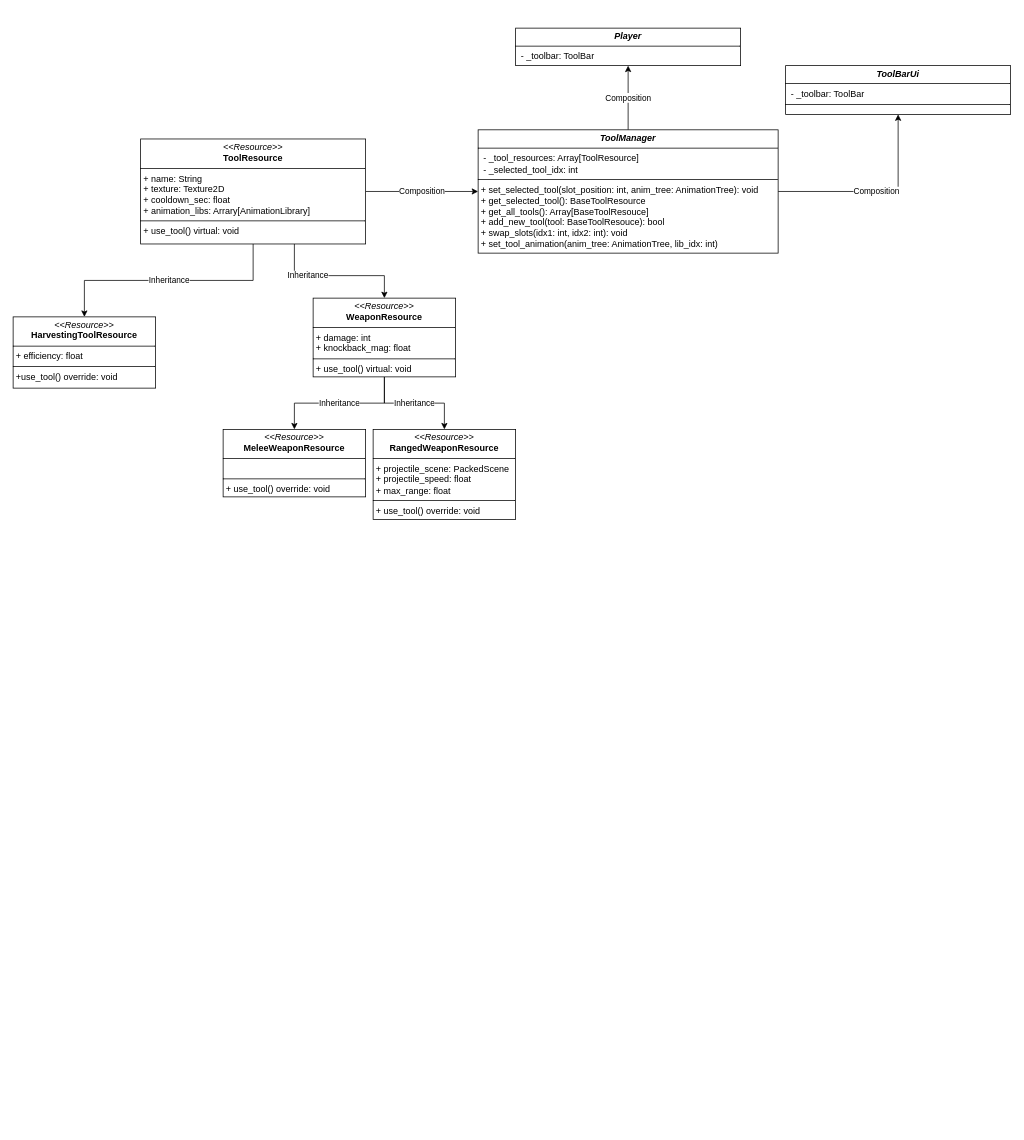
Above: Diagrams/ToolManager.drawio in duncannvan/VanadelFrontier (draw.io), before the change. Source tidied: cells renumbered, new cells numbered last; positions are measured from the earlier drawing's top-left corner, leaving out a move shared by most shapes. Both pictures are drawn from the tidied source at 75%, with x=0, y=0 at pixel (13, 28).
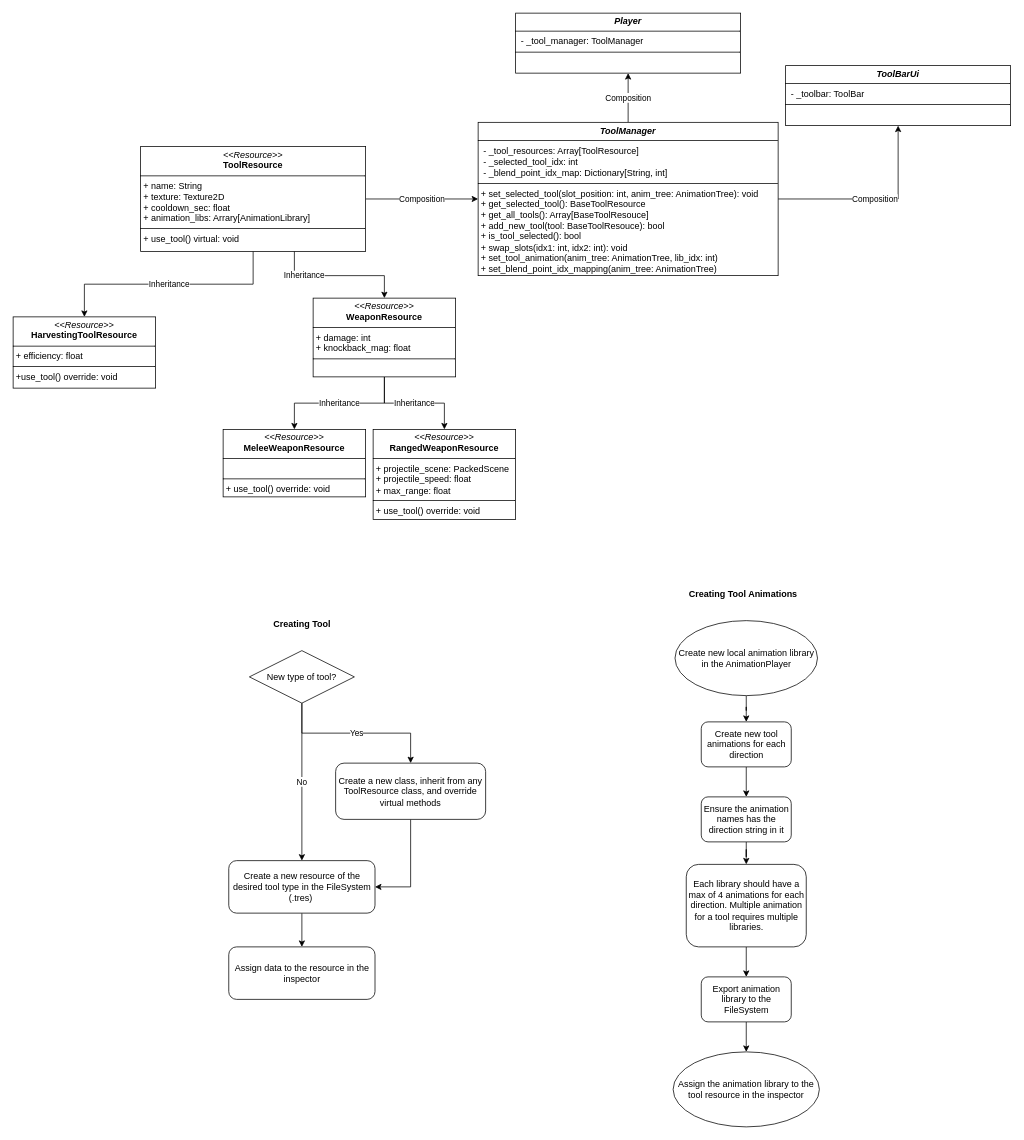
Above is the later version.

Diff of the diagram source:
```diff
@@
-    <mxCell id="2" value="Composition" style="edgeStyle=orthogonalEdgeStyle;rounded=0;jettySize=auto;html=1;" parent="1" edge="1" source="4" target="5">
+    <mxCell id="2" value="Composition" style="edgeStyle=orthogonalEdgeStyle;rounded=0;jettySize=auto;html=1;entryX=0.5;entryY=1;entryDx=0;entryDy=0;" parent="1" edge="1" source="4" target="38">
       <mxGeometry relative="1" as="geometry" />
     </mxCell>
@@
-    <mxCell id="4" value="&lt;p style=&quot;margin:0px;margin-top:4px;text-align:center;&quot;&gt;&lt;i&gt;&lt;b&gt;ToolManager&lt;/b&gt;&lt;/i&gt;&lt;/p&gt;&lt;hr size=&quot;1&quot; style=&quot;border-style:solid;&quot;&gt;&lt;p style=&quot;margin:0px;margin-left:4px;&quot;&gt;&lt;span style=&quot;background-color: transparent; color: light-dark(rgb(0, 0, 0), rgb(255, 255, 255));&quot;&gt;&amp;nbsp;- _tool_resources: Array[ToolResource]&lt;/span&gt;&lt;/p&gt;&lt;p style=&quot;margin:0px;margin-left:4px;&quot;&gt;&lt;span style=&quot;background-color: transparent; color: light-dark(rgb(0, 0, 0), rgb(255, 255, 255));&quot;&gt;&amp;nbsp;- _selected_tool_idx: int&lt;/span&gt;&lt;/p&gt;&lt;hr size=&quot;1&quot; style=&quot;border-style:solid;&quot;&gt;&lt;p style=&quot;margin:0px;margin-left:4px;&quot;&gt;+ set_selected_tool(slot_position: int, anim_tree: AnimationTree): void&lt;/p&gt;&lt;p style=&quot;margin:0px;margin-left:4px;&quot;&gt;+ get_selected_tool(): BaseToolResource&lt;/p&gt;&lt;p style=&quot;margin:0px;margin-left:4px;&quot;&gt;+ get_all_tools(): Array[BaseToolResouce]&lt;/p&gt;&lt;p style=&quot;margin:0px;margin-left:4px;&quot;&gt;+ add_new_tool(tool: BaseToolResouce): bool&lt;/p&gt;&lt;p style=&quot;margin:0px;margin-left:4px;&quot;&gt;+ swap_slots(idx1: int, idx2: int): void&lt;/p&gt;&lt;p style=&quot;margin:0px;margin-left:4px;&quot;&gt;+ set_tool_animation(anim_tree: AnimationTree, lib_idx: int)&lt;/p&gt;" style="verticalAlign=top;align=left;overflow=fill;html=1;whiteSpace=wrap;" parent="1" vertex="1">
-      <mxGeometry x="620" y="135.6" width="400" height="164.4" as="geometry" />
+    <mxCell id="4" value="&lt;p style=&quot;margin:0px;margin-top:4px;text-align:center;&quot;&gt;&lt;i&gt;&lt;b&gt;ToolManager&lt;/b&gt;&lt;/i&gt;&lt;/p&gt;&lt;hr size=&quot;1&quot; style=&quot;border-style:solid;&quot;&gt;&lt;p style=&quot;margin:0px;margin-left:4px;&quot;&gt;&lt;span style=&quot;background-color: transparent; color: light-dark(rgb(0, 0, 0), rgb(255, 255, 255));&quot;&gt;&amp;nbsp;- _tool_resources: Array[ToolResource]&lt;/span&gt;&lt;/p&gt;&lt;p style=&quot;margin:0px;margin-left:4px;&quot;&gt;&lt;span style=&quot;background-color: transparent; color: light-dark(rgb(0, 0, 0), rgb(255, 255, 255));&quot;&gt;&amp;nbsp;- _selected_tool_idx: int&lt;/span&gt;&lt;/p&gt;&lt;p style=&quot;margin:0px;margin-left:4px;&quot;&gt;&amp;nbsp;- _blend_point_idx_map: Dictionary[String, int]&lt;/p&gt;&lt;hr size=&quot;1&quot; style=&quot;border-style:solid;&quot;&gt;&lt;p style=&quot;margin:0px;margin-left:4px;&quot;&gt;+ set_selected_tool(slot_position: int, anim_tree: AnimationTree): void&lt;/p&gt;&lt;p style=&quot;margin:0px;margin-left:4px;&quot;&gt;+ get_selected_tool(): BaseToolResource&lt;/p&gt;&lt;p style=&quot;margin:0px;margin-left:4px;&quot;&gt;+ get_all_tools(): Array[BaseToolResouce]&lt;/p&gt;&lt;p style=&quot;margin:0px;margin-left:4px;&quot;&gt;+ add_new_tool(tool: BaseToolResouce): bool&lt;/p&gt;&lt;p style=&quot;margin:0px;margin-left:4px;&quot;&gt;+&amp;nbsp;is_tool_selected(): bool&lt;/p&gt;&lt;p style=&quot;margin:0px;margin-left:4px;&quot;&gt;+ swap_slots(idx1: int, idx2: int): void&lt;/p&gt;&lt;p style=&quot;margin:0px;margin-left:4px;&quot;&gt;+ set_tool_animation(anim_tree: AnimationTree, lib_idx: int)&lt;/p&gt;&lt;p style=&quot;margin:0px;margin-left:4px;&quot;&gt;+ set_blend_point_idx_mapping(anim_tree: AnimationTree)&lt;/p&gt;" style="verticalAlign=top;align=left;overflow=fill;html=1;whiteSpace=wrap;" parent="1" vertex="1">
+      <mxGeometry x="620" y="125.6" width="400" height="204.4" as="geometry" />
     </mxCell>
-    <mxCell id="5" value="&lt;p style=&quot;margin:0px;margin-top:4px;text-align:center;&quot;&gt;&lt;i&gt;&lt;b&gt;Player&lt;/b&gt;&lt;/i&gt;&lt;/p&gt;&lt;hr size=&quot;1&quot; style=&quot;border-style:solid;&quot;&gt;&lt;p style=&quot;margin:0px;margin-left:4px;&quot;&gt;&amp;nbsp;- _toolbar: ToolBar&lt;/p&gt;" style="verticalAlign=top;align=left;overflow=fill;html=1;whiteSpace=wrap;" parent="1" vertex="1">
-      <mxGeometry x="670" width="300" height="50" as="geometry" />
-    </mxCell>
@@
     <mxCell id="9" value="&lt;p style=&quot;margin:0px;margin-top:4px;text-align:center;&quot;&gt;&lt;i&gt;&amp;lt;&amp;lt;&lt;/i&gt;&lt;i&gt;Resource&lt;/i&gt;&lt;i&gt;&amp;gt;&amp;gt;&lt;/i&gt;&lt;br&gt;&lt;b&gt;ToolResource&lt;/b&gt;&lt;/p&gt;&lt;hr size=&quot;1&quot; style=&quot;border-style:solid;&quot;&gt;&lt;p style=&quot;margin:0px;margin-left:4px;&quot;&gt;&lt;span style=&quot;background-color: transparent; color: light-dark(rgb(0, 0, 0), rgb(255, 255, 255));&quot;&gt;+ name: String&lt;/span&gt;&lt;/p&gt;&lt;p style=&quot;margin: 0px 0px 0px 4px;&quot;&gt;+ texture: Texture2D&lt;/p&gt;&lt;p style=&quot;margin: 0px 0px 0px 4px;&quot;&gt;+ cooldown_sec: float&lt;/p&gt;&lt;p style=&quot;margin: 0px 0px 0px 4px;&quot;&gt;+ animation_libs: Arrary[AnimationLibrary]&lt;/p&gt;&lt;hr size=&quot;1&quot; style=&quot;border-style:solid;&quot;&gt;&lt;p style=&quot;margin:0px;margin-left:4px;&quot;&gt;+ use_tool() virtual: void&lt;/p&gt;" style="verticalAlign=top;align=left;overflow=fill;html=1;whiteSpace=wrap;" parent="1" vertex="1">
-      <mxGeometry x="170" y="147.8" width="300" height="140" as="geometry" />
+      <mxGeometry x="170" y="157.8" width="300" height="140" as="geometry" />
     </mxCell>
@@
-    <mxCell id="12" value="&lt;p style=&quot;margin:0px;margin-top:4px;text-align:center;&quot;&gt;&lt;i&gt;&amp;lt;&amp;lt;Resource&amp;gt;&amp;gt;&lt;/i&gt;&lt;br&gt;&lt;b&gt;WeaponResource&lt;/b&gt;&lt;/p&gt;&lt;hr size=&quot;1&quot; style=&quot;border-style:solid;&quot;&gt;&lt;p style=&quot;margin: 0px 0px 0px 4px;&quot;&gt;&lt;span style=&quot;background-color: transparent; color: light-dark(rgb(0, 0, 0), rgb(255, 255, 255));&quot;&gt;+ damage: int&lt;/span&gt;&lt;/p&gt;&lt;p style=&quot;margin: 0px 0px 0px 4px;&quot;&gt;+ knockback_mag: float&lt;/p&gt;&lt;hr size=&quot;1&quot; style=&quot;border-style:solid;&quot;&gt;&lt;p style=&quot;margin: 0px 0px 0px 4px;&quot;&gt;+ use_tool() virtual: void&lt;/p&gt;" style="verticalAlign=top;align=left;overflow=fill;html=1;whiteSpace=wrap;" parent="1" vertex="1">
+    <mxCell id="12" value="&lt;p style=&quot;margin:0px;margin-top:4px;text-align:center;&quot;&gt;&lt;i&gt;&amp;lt;&amp;lt;Resource&amp;gt;&amp;gt;&lt;/i&gt;&lt;br&gt;&lt;b&gt;WeaponResource&lt;/b&gt;&lt;/p&gt;&lt;hr size=&quot;1&quot; style=&quot;border-style:solid;&quot;&gt;&lt;p style=&quot;margin: 0px 0px 0px 4px;&quot;&gt;&lt;span style=&quot;background-color: transparent; color: light-dark(rgb(0, 0, 0), rgb(255, 255, 255));&quot;&gt;+ damage: int&lt;/span&gt;&lt;/p&gt;&lt;p style=&quot;margin: 0px 0px 0px 4px;&quot;&gt;+ knockback_mag: float&lt;/p&gt;&lt;hr size=&quot;1&quot; style=&quot;border-style:solid;&quot;&gt;&lt;p style=&quot;margin: 0px 0px 0px 4px;&quot;&gt;&lt;br&gt;&lt;/p&gt;" style="verticalAlign=top;align=left;overflow=fill;html=1;whiteSpace=wrap;" parent="1" vertex="1">
       <mxGeometry x="400" y="360" width="190" height="105" as="geometry" />
     </mxCell>
@@
     <mxCell id="16" value="&lt;p style=&quot;margin:0px;margin-top:4px;text-align:center;&quot;&gt;&lt;i&gt;&lt;b&gt;ToolBarUi&lt;/b&gt;&lt;/i&gt;&lt;/p&gt;&lt;hr size=&quot;1&quot; style=&quot;border-style:solid;&quot;&gt;&lt;p style=&quot;margin:0px;margin-left:4px;&quot;&gt;&lt;span style=&quot;background-color: transparent; color: light-dark(rgb(0, 0, 0), rgb(255, 255, 255));&quot;&gt;&amp;nbsp;-&lt;/span&gt;&lt;span style=&quot;background-color: transparent; color: light-dark(rgb(0, 0, 0), rgb(255, 255, 255));&quot;&gt;&amp;nbsp;_toolbar: ToolBar&lt;/span&gt;&lt;span style=&quot;background-color: transparent; color: light-dark(rgb(0, 0, 0), rgb(255, 255, 255));&quot;&gt;&lt;br&gt;&lt;/span&gt;&lt;/p&gt;&lt;hr size=&quot;1&quot; style=&quot;border-style:solid;&quot;&gt;&lt;p style=&quot;margin:0px;margin-left:4px;&quot;&gt;&lt;br&gt;&lt;/p&gt;" style="verticalAlign=top;align=left;overflow=fill;html=1;whiteSpace=wrap;" parent="1" vertex="1">
-      <mxGeometry x="1030" y="50" width="300" height="65" as="geometry" />
+      <mxGeometry x="1030" y="50" width="300" height="80" as="geometry" />
     </mxCell>
+    <mxCell id="17" style="edgeStyle=orthogonalEdgeStyle;rounded=0;jettySize=auto;html=1;" parent="1" edge="1" source="18" target="20">
+      <mxGeometry relative="1" as="geometry" />
+    </mxCell>
+    <mxCell id="18" value="Create new local animation library in the AnimationPlayer" style="ellipse;whiteSpace=wrap;html=1;" parent="1" vertex="1">
+      <mxGeometry x="882.5" y="790" width="190" height="100" as="geometry" />
+    </mxCell>
+    <mxCell id="19" style="edgeStyle=orthogonalEdgeStyle;rounded=0;jettySize=auto;html=1;" parent="1" edge="1" source="20" target="22">
+      <mxGeometry relative="1" as="geometry" />
+    </mxCell>
+    <mxCell id="20" value="Create new tool animations for each direction" style="rounded=1;whiteSpace=wrap;html=1;" parent="1" vertex="1">
+      <mxGeometry x="917.5" y="925" width="120" height="60" as="geometry" />
+    </mxCell>
+    <mxCell id="21" style="edgeStyle=orthogonalEdgeStyle;rounded=0;jettySize=auto;html=1;" parent="1" edge="1" source="22" target="27">
+      <mxGeometry relative="1" as="geometry" />
+    </mxCell>
+    <mxCell id="22" value="Ensure the animation names has the direction string in it" style="rounded=1;whiteSpace=wrap;html=1;" parent="1" vertex="1">
+      <mxGeometry x="917.5" y="1025" width="120" height="60" as="geometry" />
+    </mxCell>
+    <mxCell id="23" style="edgeStyle=orthogonalEdgeStyle;rounded=0;jettySize=auto;html=1;" parent="1" edge="1" source="24" target="25">
+      <mxGeometry relative="1" as="geometry" />
+    </mxCell>
+    <mxCell id="24" value="Export animation library to the FileSystem" style="rounded=1;whiteSpace=wrap;html=1;" parent="1" vertex="1">
+      <mxGeometry x="917.5" y="1265" width="120" height="60" as="geometry" />
+    </mxCell>
+    <mxCell id="25" value="Assign the animation library to the tool resource in the inspector" style="ellipse;whiteSpace=wrap;html=1;" parent="1" vertex="1">
+      <mxGeometry x="880" y="1365" width="195" height="100" as="geometry" />
+    </mxCell>
+    <mxCell id="26" style="edgeStyle=orthogonalEdgeStyle;rounded=0;jettySize=auto;html=1;" parent="1" edge="1" source="27" target="24">
+      <mxGeometry relative="1" as="geometry" />
+    </mxCell>
+    <mxCell id="27" value="Each library should have a max of 4 animations for each direction. Multiple animation for a tool requires multiple libraries." style="rounded=1;whiteSpace=wrap;html=1;" parent="1" vertex="1">
+      <mxGeometry x="897.5" y="1115" width="160" height="110" as="geometry" />
+    </mxCell>
+    <mxCell id="28" value="&lt;b&gt;Creating Tool Animations&lt;/b&gt;" style="text;html=1;align=center;verticalAlign=middle;strokeColor=none;fillColor=none;" parent="1" vertex="1">
+      <mxGeometry x="887.5" y="740" width="170" height="30" as="geometry" />
+    </mxCell>
+    <mxCell id="29" value="&lt;b&gt;Creating Tool&lt;/b&gt;" style="text;html=1;align=center;verticalAlign=middle;strokeColor=none;fillColor=none;" parent="1" vertex="1">
+      <mxGeometry x="335" y="780" width="100" height="30" as="geometry" />
+    </mxCell>
+    <mxCell id="30" style="edgeStyle=orthogonalEdgeStyle;rounded=0;jettySize=auto;html=1;" parent="1" edge="1" source="31" target="37">
+      <mxGeometry relative="1" as="geometry" />
+    </mxCell>
+    <mxCell id="31" value="Create a new resource of the desired tool type in the FileSystem (.tres)&amp;nbsp;" style="rounded=1;whiteSpace=wrap;html=1;" parent="1" vertex="1">
+      <mxGeometry x="287.5" y="1110" width="195" height="70" as="geometry" />
+    </mxCell>
+    <mxCell id="32" value="Yes" style="edgeStyle=orthogonalEdgeStyle;rounded=0;jettySize=auto;html=1;entryX=0.5;entryY=0;entryDx=0;entryDy=0;" parent="1" edge="1" source="34" target="36">
+      <mxGeometry relative="1" as="geometry" />
+    </mxCell>
+    <mxCell id="33" value="No" style="edgeStyle=orthogonalEdgeStyle;rounded=0;jettySize=auto;html=1;" parent="1" edge="1" source="34" target="31">
+      <mxGeometry relative="1" as="geometry" />
+    </mxCell>
+    <mxCell id="34" value="New type of tool?" style="rhombus;whiteSpace=wrap;html=1;" parent="1" vertex="1">
+      <mxGeometry x="315" y="830" width="140" height="70" as="geometry" />
+    </mxCell>
+    <mxCell id="35" style="edgeStyle=orthogonalEdgeStyle;rounded=0;jettySize=auto;html=1;entryX=1;entryY=0.5;entryDx=0;entryDy=0;" parent="1" edge="1" source="36" target="31">
+      <mxGeometry relative="1" as="geometry" />
+    </mxCell>
+    <mxCell id="36" value="Create a new class, inherit from any ToolResource class, and override virtual methods" style="rounded=1;whiteSpace=wrap;html=1;" parent="1" vertex="1">
+      <mxGeometry x="430" y="980" width="200" height="75" as="geometry" />
+    </mxCell>
+    <mxCell id="37" value="Assign data to the resource in the inspector" style="rounded=1;whiteSpace=wrap;html=1;" parent="1" vertex="1">
+      <mxGeometry x="287.5" y="1225" width="195" height="70" as="geometry" />
+    </mxCell>
+    <mxCell id="38" value="&lt;p style=&quot;margin:0px;margin-top:4px;text-align:center;&quot;&gt;&lt;i&gt;&lt;b&gt;Player&lt;/b&gt;&lt;/i&gt;&lt;/p&gt;&lt;hr size=&quot;1&quot; style=&quot;border-style:solid;&quot;&gt;&lt;p style=&quot;margin:0px;margin-left:4px;&quot;&gt;&lt;span style=&quot;background-color: transparent; color: light-dark(rgb(0, 0, 0), rgb(255, 255, 255));&quot;&gt;&amp;nbsp;- _tool_manager: ToolManager&lt;/span&gt;&lt;span style=&quot;background-color: transparent; color: light-dark(rgb(0, 0, 0), rgb(255, 255, 255));&quot;&gt;&lt;br&gt;&lt;/span&gt;&lt;/p&gt;&lt;hr size=&quot;1&quot; style=&quot;border-style:solid;&quot;&gt;&lt;p style=&quot;margin:0px;margin-left:4px;&quot;&gt;&lt;br&gt;&lt;/p&gt;" style="verticalAlign=top;align=left;overflow=fill;html=1;whiteSpace=wrap;" parent="1" vertex="1">
+      <mxGeometry x="670" y="-20" width="300" height="80" as="geometry" />
+    </mxCell>
```
